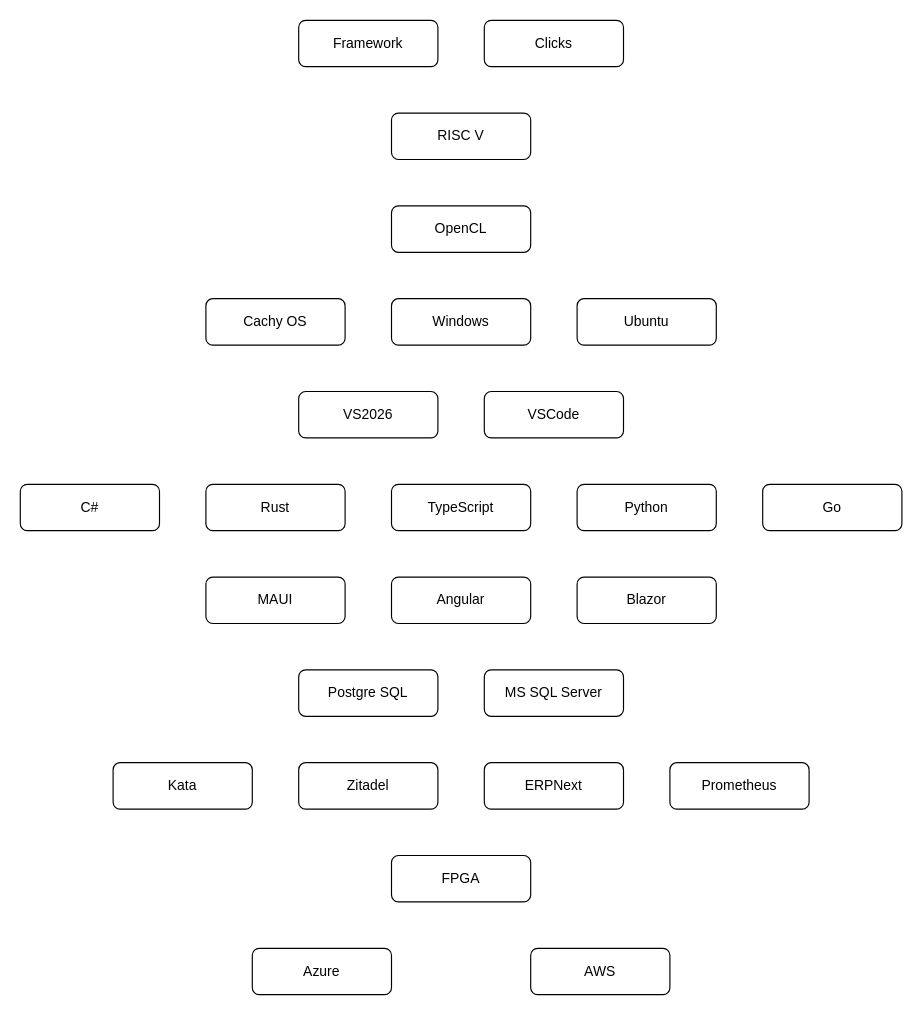
Earlier version of the draw.io diagram Life2O.drawio (MdKasimS-CCG/Dotnet). Source tidied: cells renumbered, new cells numbered last; positions are measured from the earlier drawing's top-left corner, leaving out a move shared by most shapes. Both pictures are drawn from the tidied source at 116%, with x=0, y=0 at pixel (20, 20).
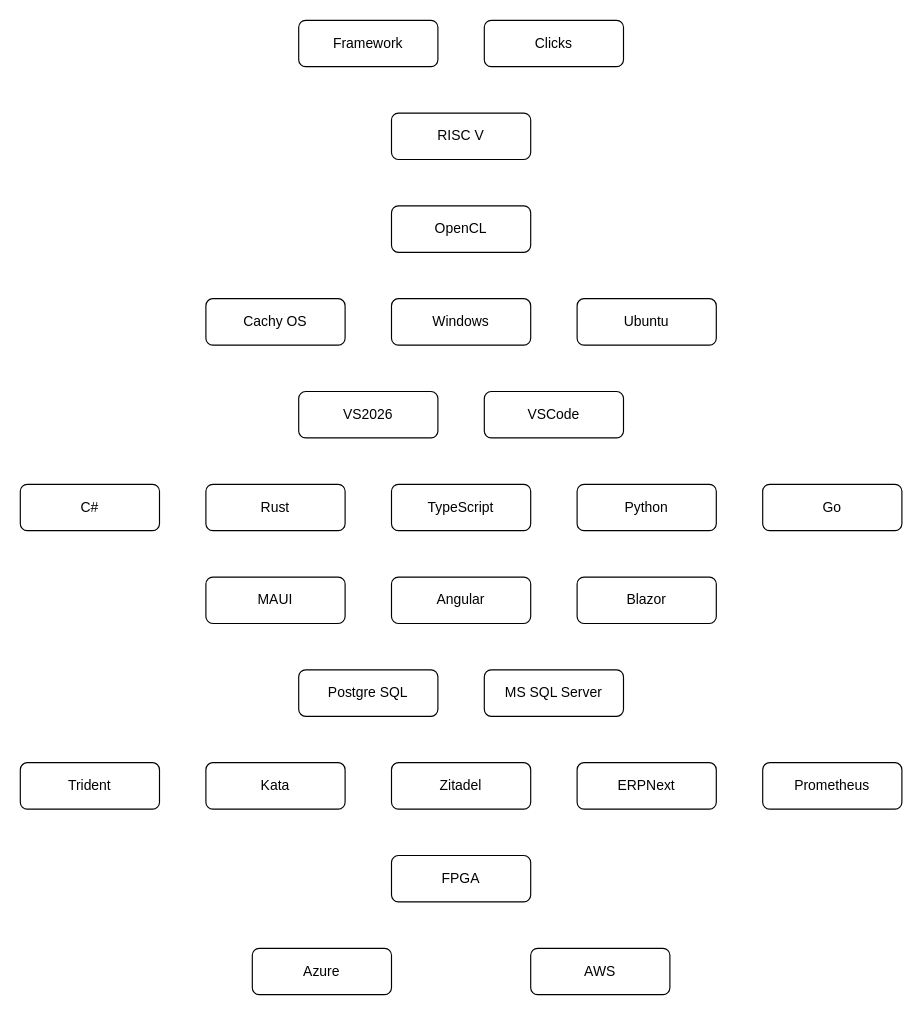
The same page after the edit.

Change to the diagram source:
```diff
@@
     <mxCell id="23" value="Zitadel" style="rounded=1;whiteSpace=wrap;html=1;" parent="1" vertex="1">
-      <mxGeometry x="240" y="640" width="120" height="40" as="geometry" />
+      <mxGeometry x="320" y="640" width="120" height="40" as="geometry" />
     </mxCell>
     <mxCell id="24" value="ERPNext" style="rounded=1;whiteSpace=wrap;html=1;" parent="1" vertex="1">
-      <mxGeometry x="400" y="640" width="120" height="40" as="geometry" />
+      <mxGeometry x="480" y="640" width="120" height="40" as="geometry" />
     </mxCell>
     <mxCell id="25" value="Prometheus" style="rounded=1;whiteSpace=wrap;html=1;" parent="1" vertex="1">
-      <mxGeometry x="560" y="640" width="120" height="40" as="geometry" />
+      <mxGeometry x="640" y="640" width="120" height="40" as="geometry" />
     </mxCell>
@@
     <mxCell id="27" value="Kata" style="rounded=1;whiteSpace=wrap;html=1;" parent="1" vertex="1">
-      <mxGeometry x="80" y="640" width="120" height="40" as="geometry" />
+      <mxGeometry x="160" y="640" width="120" height="40" as="geometry" />
     </mxCell>
+    <mxCell id="28" value="Trident" style="rounded=1;whiteSpace=wrap;html=1;" parent="1" vertex="1">
+      <mxGeometry y="640" width="120" height="40" as="geometry" />
+    </mxCell>
```
